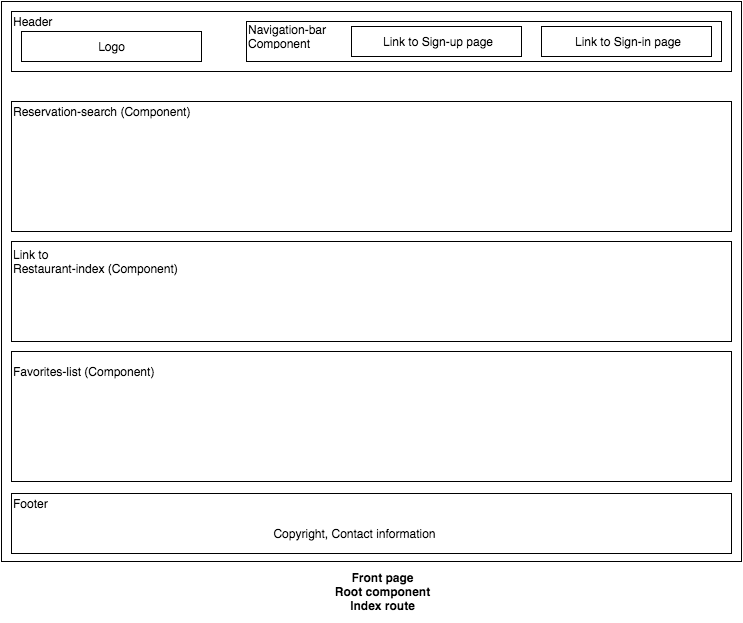
Earlier version of the draw.io export docs/wireframes/Root.png (mfliedner/tafelspitz). Source tidied: cells renumbered, new cells last; positions are measured from the earlier drawing's top-left corner, leaving out a move shared by most shapes. The source it was exported from:
```xml
<mxGraphModel background="#ffffff">
  <root>
    <mxCell id="0" />
    <mxCell id="1" parent="0" />
    <mxCell id="2" style="whiteSpace=wrap;html=1;" parent="1" vertex="1">
      <mxGeometry width="740" height="560" as="geometry" />
    </mxCell>
    <mxCell id="3" style="whiteSpace=wrap;html=1;" parent="1" vertex="1">
      <mxGeometry x="350" y="25" width="170" height="30" as="geometry" />
    </mxCell>
    <mxCell id="4" value="&lt;div&gt;&lt;b&gt;Front page&lt;/b&gt;&lt;/div&gt;&lt;div&gt;&lt;b&gt;Root component&lt;/b&gt;&lt;/div&gt;&lt;div&gt;&lt;b&gt;Index route&lt;/b&gt;&lt;/div&gt;" style="text;html=1;strokeColor=none;fillColor=none;align=center;verticalAlign=middle;whiteSpace=wrap;overflow=hidden;" parent="1" vertex="1">
      <mxGeometry x="290" y="560" width="180" height="60" as="geometry" />
    </mxCell>
    <mxCell id="5" style="whiteSpace=wrap;html=1;" parent="1" vertex="1">
      <mxGeometry x="10" y="10" width="720" height="60" as="geometry" />
    </mxCell>
    <mxCell id="6" style="whiteSpace=wrap;html=1;" parent="1" vertex="1">
      <mxGeometry x="20" y="30" width="180" height="30" as="geometry" />
    </mxCell>
    <mxCell id="7" value="&lt;div style=&quot;text-align: left&quot;&gt;&lt;span style=&quot;line-height: 1.2&quot;&gt;Header&lt;/span&gt;&lt;/div&gt;" style="text;html=1;strokeColor=none;fillColor=none;align=left;verticalAlign=middle;whiteSpace=wrap;overflow=hidden;" parent="1" vertex="1">
      <mxGeometry x="10" y="10" width="220" height="20" as="geometry" />
    </mxCell>
    <mxCell id="8" value="Logo" style="text;html=1;strokeColor=none;fillColor=none;align=center;verticalAlign=middle;whiteSpace=wrap;overflow=hidden;" parent="1" vertex="1">
      <mxGeometry x="70" y="35" width="80" height="20" as="geometry" />
    </mxCell>
    <mxCell id="9" style="whiteSpace=wrap;html=1;" parent="1" vertex="1">
      <mxGeometry x="245" y="20" width="475" height="40" as="geometry" />
    </mxCell>
    <mxCell id="10" value="&lt;div style=&quot;text-align: left&quot;&gt;&lt;span style=&quot;line-height: 1.2&quot;&gt;Navigation-bar&lt;/span&gt;&lt;/div&gt;&lt;div style=&quot;text-align: left&quot;&gt;&lt;span style=&quot;line-height: 1.2&quot;&gt;Component&lt;/span&gt;&lt;/div&gt;" style="text;html=1;strokeColor=none;fillColor=none;align=left;verticalAlign=middle;whiteSpace=wrap;overflow=hidden;" parent="1" vertex="1">
      <mxGeometry x="245" y="20" width="105" height="30" as="geometry" />
    </mxCell>
    <mxCell id="11" style="whiteSpace=wrap;html=1;" parent="1" vertex="1">
      <mxGeometry x="540" y="25" width="170" height="30" as="geometry" />
    </mxCell>
    <mxCell id="12" style="whiteSpace=wrap;html=1;" parent="1" vertex="1">
      <mxGeometry x="350" y="25" width="170" height="30" as="geometry" />
    </mxCell>
    <mxCell id="13" value="Link to Sign-up page" style="text;html=1;strokeColor=none;fillColor=none;align=center;verticalAlign=middle;whiteSpace=wrap;overflow=hidden;" parent="1" vertex="1">
      <mxGeometry x="353" y="30" width="165" height="20" as="geometry" />
    </mxCell>
    <mxCell id="14" value="Link to Sign-in page" style="text;html=1;strokeColor=none;fillColor=none;align=center;verticalAlign=middle;whiteSpace=wrap;overflow=hidden;" parent="1" vertex="1">
      <mxGeometry x="543" y="30" width="165" height="20" as="geometry" />
    </mxCell>
    <mxCell id="15" style="whiteSpace=wrap;html=1;" parent="1" vertex="1">
      <mxGeometry x="10" y="492" width="720" height="60" as="geometry" />
    </mxCell>
    <mxCell id="16" value="&lt;div style=&quot;text-align: left&quot;&gt;&lt;span style=&quot;line-height: 1.2&quot;&gt;Footer&lt;/span&gt;&lt;/div&gt;" style="text;html=1;strokeColor=none;fillColor=none;align=left;verticalAlign=middle;whiteSpace=wrap;overflow=hidden;" parent="1" vertex="1">
      <mxGeometry x="10" y="492" width="220" height="20" as="geometry" />
    </mxCell>
    <mxCell id="17" value="Copyright, Contact information" style="text;html=1;strokeColor=none;fillColor=none;align=center;verticalAlign=middle;whiteSpace=wrap;overflow=hidden;" parent="1" vertex="1">
      <mxGeometry x="178" y="522" width="350" height="20" as="geometry" />
    </mxCell>
    <mxCell id="18" style="whiteSpace=wrap;html=1;align=left;" parent="1" vertex="1">
      <mxGeometry x="10" y="100" width="720" height="130" as="geometry" />
    </mxCell>
    <mxCell id="19" value="&lt;div style=&quot;text-align: left&quot;&gt;&lt;span style=&quot;line-height: 1.2&quot;&gt;Reservation-search (Component)&lt;/span&gt;&lt;/div&gt;" style="text;html=1;strokeColor=none;fillColor=none;align=left;verticalAlign=middle;whiteSpace=wrap;overflow=hidden;" parent="1" vertex="1">
      <mxGeometry x="10" y="100" width="190" height="20" as="geometry" />
    </mxCell>
    <mxCell id="20" style="whiteSpace=wrap;html=1;align=left;" parent="1" vertex="1">
      <mxGeometry x="10" y="240" width="720" height="100" as="geometry" />
    </mxCell>
    <mxCell id="21" value="&lt;div style=&quot;text-align: left&quot;&gt;&lt;span style=&quot;line-height: 1.2&quot;&gt;Link to&lt;/span&gt;&lt;/div&gt;&lt;div style=&quot;text-align: left&quot;&gt;&lt;span style=&quot;line-height: 1.2&quot;&gt;Restaurant-index (Component)&lt;/span&gt;&lt;/div&gt;" style="text;html=1;strokeColor=none;fillColor=none;align=left;verticalAlign=middle;whiteSpace=wrap;overflow=hidden;" parent="1" vertex="1">
      <mxGeometry x="10" y="240" width="170" height="40" as="geometry" />
    </mxCell>
    <mxCell id="22" style="whiteSpace=wrap;html=1;align=left;" parent="1" vertex="1">
      <mxGeometry x="10" y="350" width="720" height="130" as="geometry" />
    </mxCell>
    <mxCell id="23" value="&lt;div style=&quot;text-align: left&quot;&gt;&lt;span style=&quot;line-height: 1.2&quot;&gt;Favorites-list (Component)&lt;/span&gt;&lt;br&gt;&lt;/div&gt;" style="text;html=1;strokeColor=none;fillColor=none;align=left;verticalAlign=middle;whiteSpace=wrap;overflow=hidden;" parent="1" vertex="1">
      <mxGeometry x="10" y="350" width="210" height="40" as="geometry" />
    </mxCell>
  </root>
</mxGraphModel>
```
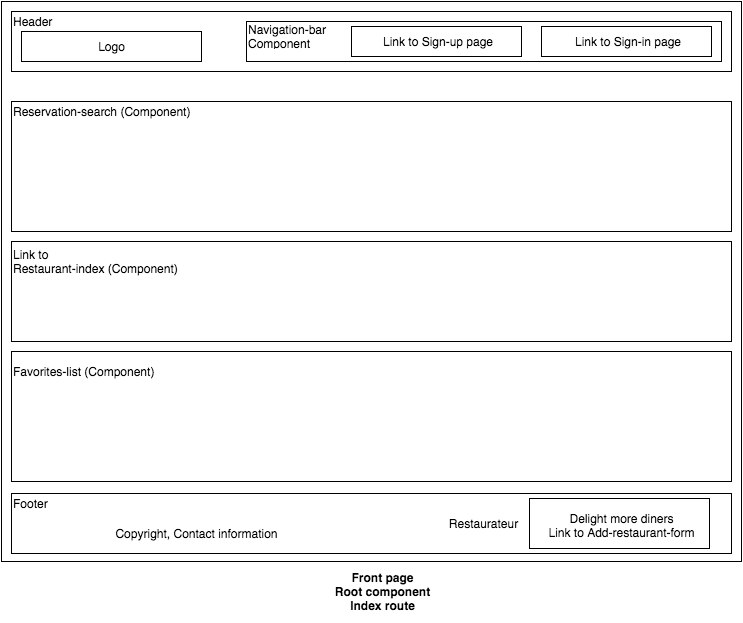
The same diagram one commit later.

Diff of the diagram source:
```diff
@@ -48,7 +48,7 @@
       <mxGeometry x="10" y="492" width="220" height="20" as="geometry" />
     </mxCell>
     <mxCell id="17" value="Copyright, Contact information" style="text;html=1;strokeColor=none;fillColor=none;align=center;verticalAlign=middle;whiteSpace=wrap;overflow=hidden;" parent="1" vertex="1">
-      <mxGeometry x="178" y="522" width="350" height="20" as="geometry" />
+      <mxGeometry x="20" y="522" width="350" height="20" as="geometry" />
     </mxCell>
     <mxCell id="18" style="whiteSpace=wrap;html=1;align=left;" parent="1" vertex="1">
       <mxGeometry x="10" y="100" width="720" height="130" as="geometry" />
@@ -68,5 +68,14 @@
     <mxCell id="23" value="&lt;div style=&quot;text-align: left&quot;&gt;&lt;span style=&quot;line-height: 1.2&quot;&gt;Favorites-list (Component)&lt;/span&gt;&lt;br&gt;&lt;/div&gt;" style="text;html=1;strokeColor=none;fillColor=none;align=left;verticalAlign=middle;whiteSpace=wrap;overflow=hidden;" parent="1" vertex="1">
       <mxGeometry x="10" y="350" width="210" height="40" as="geometry" />
     </mxCell>
+    <mxCell id="24" style="whiteSpace=wrap;html=1;" parent="1" vertex="1">
+      <mxGeometry x="528" y="497" width="180" height="50" as="geometry" />
+    </mxCell>
+    <mxCell id="25" value="Restaurateur" style="text;html=1;strokeColor=none;fillColor=none;align=center;verticalAlign=middle;whiteSpace=wrap;overflow=hidden;" parent="1" vertex="1">
+      <mxGeometry x="436" y="512" width="90" height="20" as="geometry" />
+    </mxCell>
+    <mxCell id="26" value="Delight more diners&lt;div&gt;Link to Add-restaurant-form&lt;/div&gt;" style="text;html=1;strokeColor=none;fillColor=none;align=center;verticalAlign=middle;whiteSpace=wrap;overflow=hidden;" parent="1" vertex="1">
+      <mxGeometry x="530" y="497" width="180" height="53" as="geometry" />
+    </mxCell>
   </root>
 </mxGraphModel>
```
